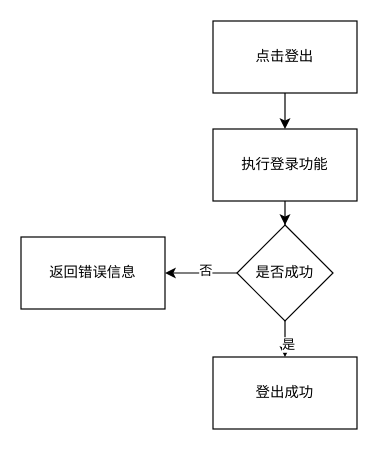
This is 概念设计-流程图-登出.drawio from yz360307/draw, a draw.io file, before an edit. Source tidied: cells renumbered, new cells numbered last; positions are measured from the earlier drawing's top-left corner, leaving out a move shared by most shapes. Both pictures are drawn from the tidied source at 120%, with x=0, y=0 at pixel (20, 20).
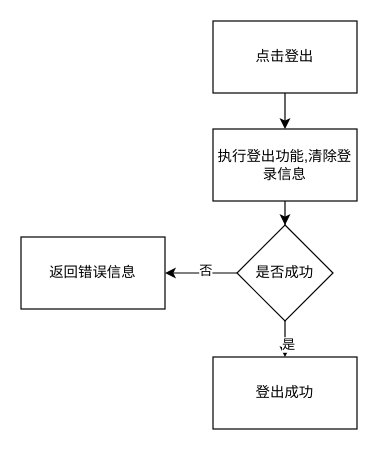
The same diagram, later.

Commit message:
更新概念设计-流程图-登出.drawio

Change to the diagram source:
```diff
@@
 <mxGraphModel>
   <root>
     <mxCell id="0" />
     <mxCell id="1" parent="0" />
     <mxCell id="2" style="edgeStyle=orthogonalEdgeStyle;rounded=0;jettySize=auto;html=1;" parent="1" edge="1" source="3" target="5">
       <mxGeometry relative="1" as="geometry" />
     </mxCell>
     <mxCell id="3" value="点击登出" style="rounded=0;whiteSpace=wrap;html=1;" parent="1" vertex="1">
       <mxGeometry x="160" width="120" height="60" as="geometry" />
     </mxCell>
     <mxCell id="4" style="edgeStyle=orthogonalEdgeStyle;rounded=0;jettySize=auto;html=1;" parent="1" edge="1" source="5" target="10">
       <mxGeometry relative="1" as="geometry" />
     </mxCell>
-    <mxCell id="5" value="执行登录功能" style="whiteSpace=wrap;html=1;rounded=0;" parent="1" vertex="1">
+    <mxCell id="5" value="执行登出功能,清除登录信息" style="whiteSpace=wrap;html=1;rounded=0;" parent="1" vertex="1">
       <mxGeometry x="160" y="90" width="120" height="60" as="geometry" />
     </mxCell>
     <mxCell id="6" style="edgeStyle=orthogonalEdgeStyle;rounded=0;jettySize=auto;html=1;" parent="1" edge="1" source="10" target="11">
       <mxGeometry relative="1" as="geometry" />
     </mxCell>
     <mxCell id="7" value="否" style="edgeLabel;html=1;align=center;verticalAlign=middle;" parent="6" vertex="1">
       <mxGeometry x="-0.1" y="-3" relative="1" as="geometry" />
     </mxCell>
     <mxCell id="8" style="edgeStyle=orthogonalEdgeStyle;rounded=0;jettySize=auto;html=1;" parent="1" edge="1" source="10" target="12">
       <mxGeometry relative="1" as="geometry" />
     </mxCell>
     <mxCell id="9" value="是" style="edgeLabel;html=1;align=center;verticalAlign=middle;" parent="8" vertex="1">
       <mxGeometry x="-0.24" y="2" relative="1" as="geometry" />
     </mxCell>
     <mxCell id="10" value="是否成功" style="rhombus;whiteSpace=wrap;html=1;rounded=0;" parent="1" vertex="1">
       <mxGeometry x="180" y="170" width="80" height="80" as="geometry" />
     </mxCell>
     <mxCell id="11" value="返回错误信息" style="whiteSpace=wrap;html=1;rounded=0;" parent="1" vertex="1">
       <mxGeometry y="180" width="120" height="60" as="geometry" />
     </mxCell>
     <mxCell id="12" value="登出成功" style="whiteSpace=wrap;html=1;rounded=0;" parent="1" vertex="1">
       <mxGeometry x="160" y="280" width="120" height="60" as="geometry" />
     </mxCell>
   </root>
 </mxGraphModel>
```
